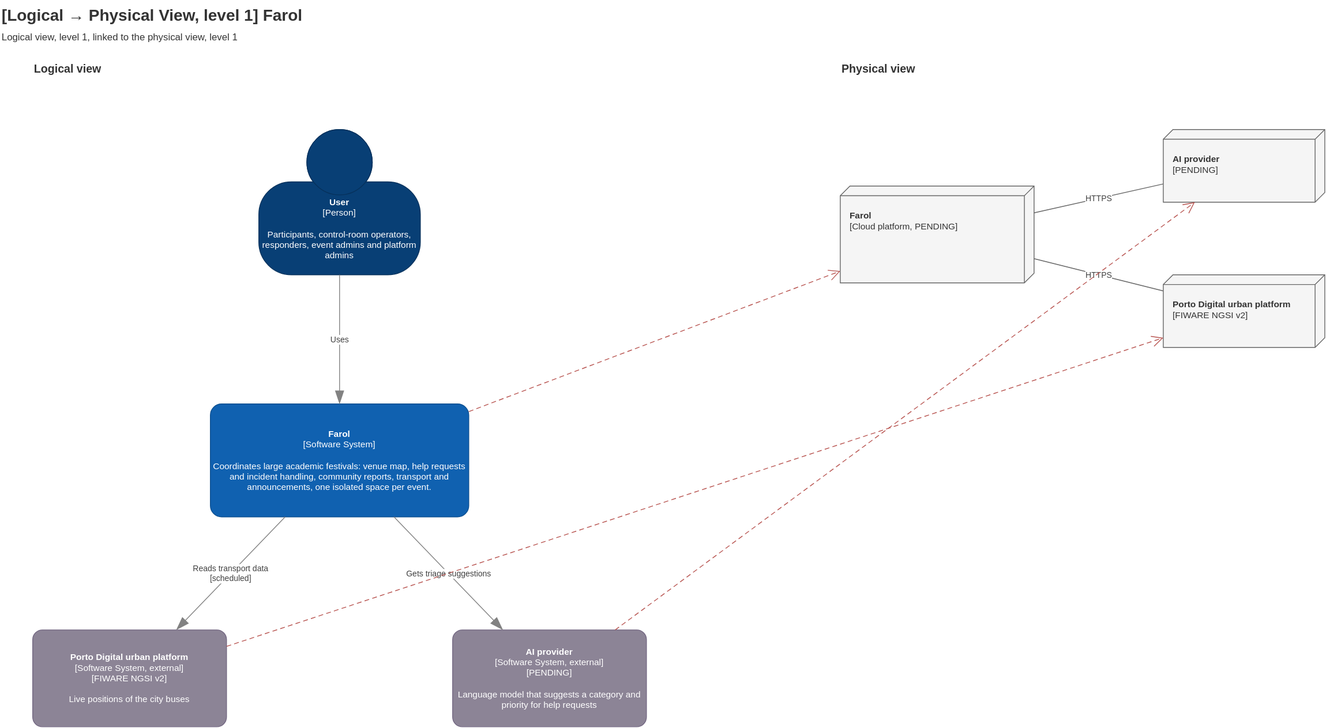
This is Docs/Technical/diagrams/mapping-logical-physical-level-1.drawio.svg from tomasoliveira21/LABDSOF, a draw.io export, as it was before one commit. Source tidied: cells renumbered, new cells last; positions are measured from the earlier drawing's top-left corner, leaving out a move shared by most shapes.
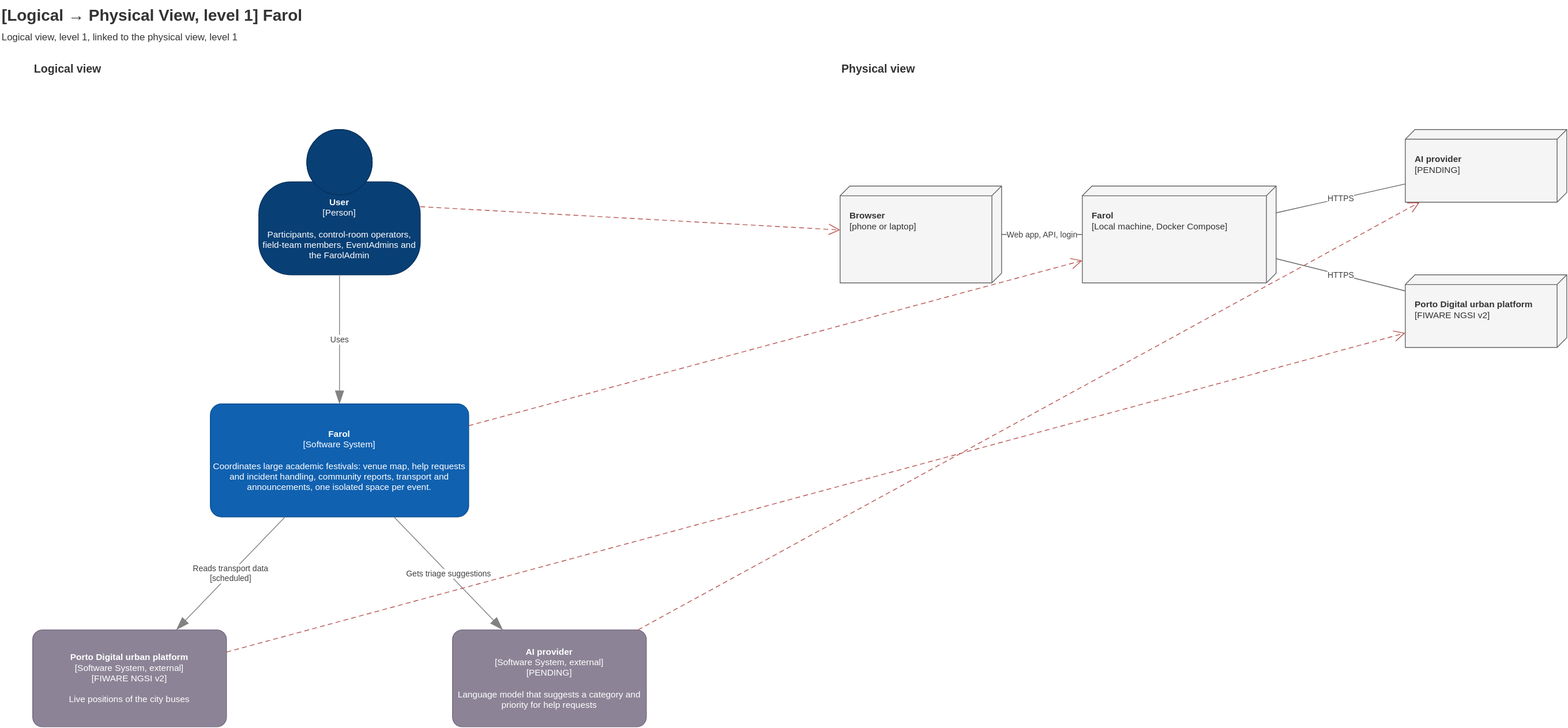
After the commit.

The edit, as a diff of the source:
```diff
@@ -11,7 +11,7 @@
     <mxCell id="4" value="&lt;b&gt;Physical view&lt;/b&gt;" style="text;html=1;align=left;verticalAlign=middle;fontSize=14;fontColor=#333333;" parent="1" vertex="1">
       <mxGeometry x="1040" y="70" width="400" height="30" as="geometry" />
     </mxCell>
-    <mxCell id="5" value="&lt;b&gt;User&lt;/b&gt;&lt;div&gt;[Person]&lt;/div&gt;&lt;br&gt;&lt;div&gt;Participants, control-room operators, responders, event admins and platform admins&lt;/div&gt;" style="html=1;fontSize=11;dashed=0;whiteSpace=wrap;fillColor=#083F75;strokeColor=#06315C;fontColor=#ffffff;shape=mxgraph.c4.person2;align=center;" parent="1" vertex="1">
+    <mxCell id="5" value="&lt;b&gt;User&lt;/b&gt;&lt;div&gt;[Person]&lt;/div&gt;&lt;br&gt;&lt;div&gt;Participants, control-room operators, field-team members, EventAdmins and the FarolAdmin&lt;/div&gt;" style="html=1;fontSize=11;dashed=0;whiteSpace=wrap;fillColor=#083F75;strokeColor=#06315C;fontColor=#ffffff;shape=mxgraph.c4.person2;align=center;" parent="1" vertex="1">
       <mxGeometry x="320" y="160" width="200" height="180" as="geometry" />
     </mxCell>
     <mxCell id="6" value="&lt;b&gt;Farol&lt;/b&gt;&lt;div&gt;[Software System]&lt;/div&gt;&lt;br&gt;&lt;div&gt;Coordinates large academic festivals: venue map, help requests and incident handling, community reports, transport and announcements, one isolated space per event.&lt;/div&gt;" style="rounded=1;whiteSpace=wrap;html=1;labelBackgroundColor=none;fillColor=#1061B0;fontColor=#ffffff;align=center;arcSize=10;strokeColor=#0D5091;fontSize=11;" parent="1" vertex="1">
@@ -32,14 +32,14 @@
     <mxCell id="11" value="Gets triage suggestions" style="endArrow=blockThin;html=1;fontSize=10;fontColor=#404040;endFill=1;strokeColor=#828282;endSize=14;rounded=0;labelBackgroundColor=#ffffff;" parent="1" edge="1" source="6" target="8">
       <mxGeometry relative="1" as="geometry" />
     </mxCell>
-    <mxCell id="12" value="&lt;b&gt;Farol&lt;/b&gt;&lt;br&gt;[Cloud platform, PENDING]" style="shape=cube;size=12;flipH=1;whiteSpace=wrap;html=1;fillColor=#f5f5f5;strokeColor=#666666;fontColor=#333333;verticalAlign=top;align=left;spacing=12;spacingTop=14;fontSize=11;" parent="1" vertex="1">
-      <mxGeometry x="1040" y="230" width="240" height="120" as="geometry" />
+    <mxCell id="12" value="&lt;b&gt;Farol&lt;/b&gt;&lt;br&gt;[Local machine, Docker Compose]" style="shape=cube;size=12;flipH=1;whiteSpace=wrap;html=1;fillColor=#f5f5f5;strokeColor=#666666;fontColor=#333333;verticalAlign=top;align=left;spacing=12;spacingTop=14;fontSize=11;" parent="1" vertex="1">
+      <mxGeometry x="1340" y="230" width="240" height="120" as="geometry" />
     </mxCell>
     <mxCell id="13" value="&lt;b&gt;AI provider&lt;/b&gt;&lt;br&gt;[PENDING]" style="shape=cube;size=12;flipH=1;whiteSpace=wrap;html=1;fillColor=#f5f5f5;strokeColor=#666666;fontColor=#333333;verticalAlign=top;align=left;spacing=12;spacingTop=14;fontSize=11;" parent="1" vertex="1">
-      <mxGeometry x="1440" y="160" width="200" height="90" as="geometry" />
+      <mxGeometry x="1740" y="160" width="200" height="90" as="geometry" />
     </mxCell>
     <mxCell id="14" value="&lt;b&gt;Porto Digital urban platform&lt;/b&gt;&lt;br&gt;[FIWARE NGSI v2]" style="shape=cube;size=12;flipH=1;whiteSpace=wrap;html=1;fillColor=#f5f5f5;strokeColor=#666666;fontColor=#333333;verticalAlign=top;align=left;spacing=12;spacingTop=14;fontSize=11;" parent="1" vertex="1">
-      <mxGeometry x="1440" y="340" width="200" height="90" as="geometry" />
+      <mxGeometry x="1740" y="340" width="200" height="90" as="geometry" />
     </mxCell>
     <mxCell id="15" value="HTTPS" style="endArrow=none;html=1;fontSize=10;fontColor=#404040;strokeColor=#666666;rounded=0;labelBackgroundColor=#ffffff;" parent="1" edge="1" source="12" target="13">
       <mxGeometry relative="1" as="geometry" />
@@ -47,6 +47,15 @@
     <mxCell id="16" value="HTTPS" style="endArrow=none;html=1;fontSize=10;fontColor=#404040;strokeColor=#666666;rounded=0;labelBackgroundColor=#ffffff;" parent="1" edge="1" source="12" target="14">
       <mxGeometry relative="1" as="geometry" />
     </mxCell>
+    <mxCell id="20" value="&lt;b&gt;Browser&lt;/b&gt;&lt;br&gt;[phone or laptop]" style="shape=cube;size=12;flipH=1;whiteSpace=wrap;html=1;fillColor=#f5f5f5;strokeColor=#666666;fontColor=#333333;verticalAlign=top;align=left;spacing=12;spacingTop=14;fontSize=11;" parent="1" vertex="1">
+      <mxGeometry x="1040" y="230" width="200" height="120" as="geometry" />
+    </mxCell>
+    <mxCell id="21" value="Web app, API, login" style="endArrow=none;html=1;fontSize=10;fontColor=#404040;strokeColor=#666666;rounded=0;labelBackgroundColor=#ffffff;" parent="1" edge="1" source="20" target="12">
+      <mxGeometry relative="1" as="geometry" />
+    </mxCell>
+    <mxCell id="22" style="endArrow=open;dashed=1;dashPattern=6 4;html=1;fontSize=10;fontColor=#404040;strokeColor=#B85450;endSize=12;rounded=0;labelBackgroundColor=#ffffff;" parent="1" edge="1" source="5" target="20">
+      <mxGeometry relative="1" as="geometry" />
+    </mxCell>
     <mxCell id="17" style="endArrow=open;dashed=1;dashPattern=6 4;html=1;fontSize=10;fontColor=#404040;strokeColor=#B85450;endSize=12;rounded=0;labelBackgroundColor=#ffffff;" parent="1" edge="1" source="6" target="12">
       <mxGeometry relative="1" as="geometry" />
     </mxCell>
```
